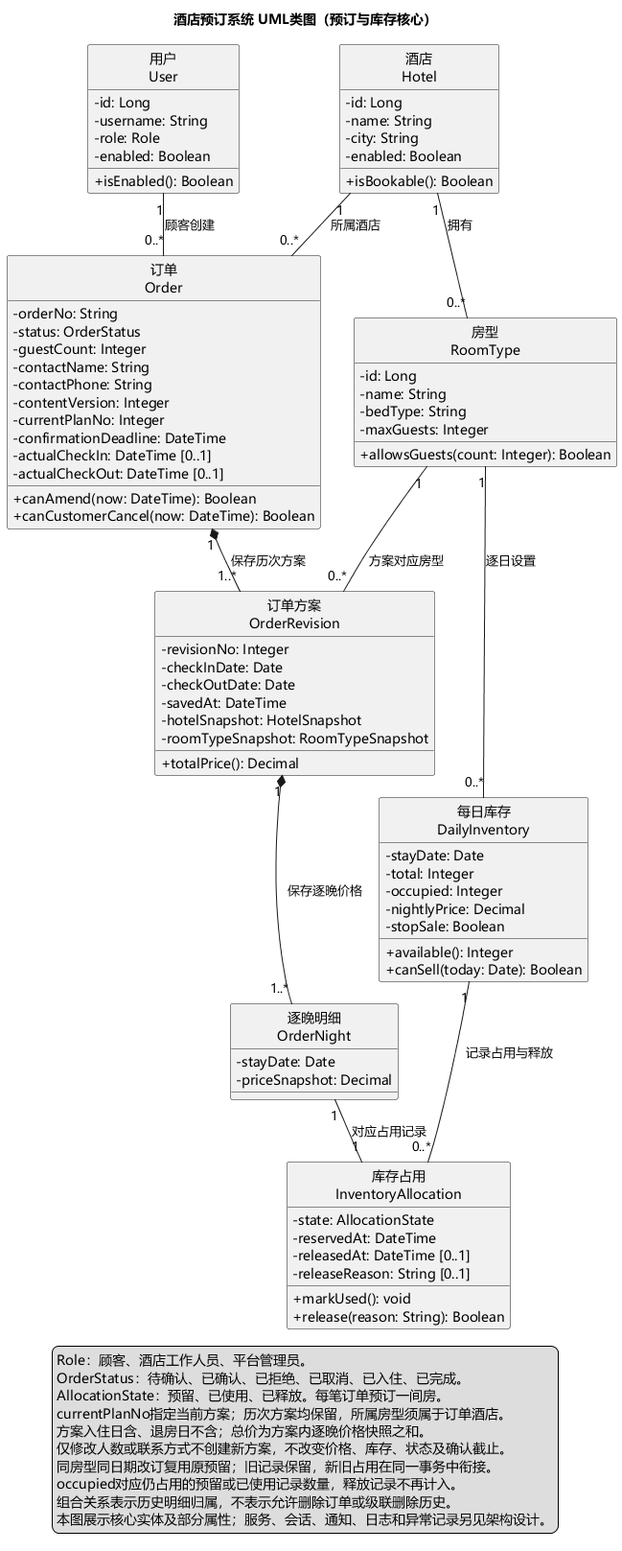
The PlantUML diagram 实验二/UML/UML类图.png in guyuezheng18-cell/-hotel-booking-labs, before a commit.
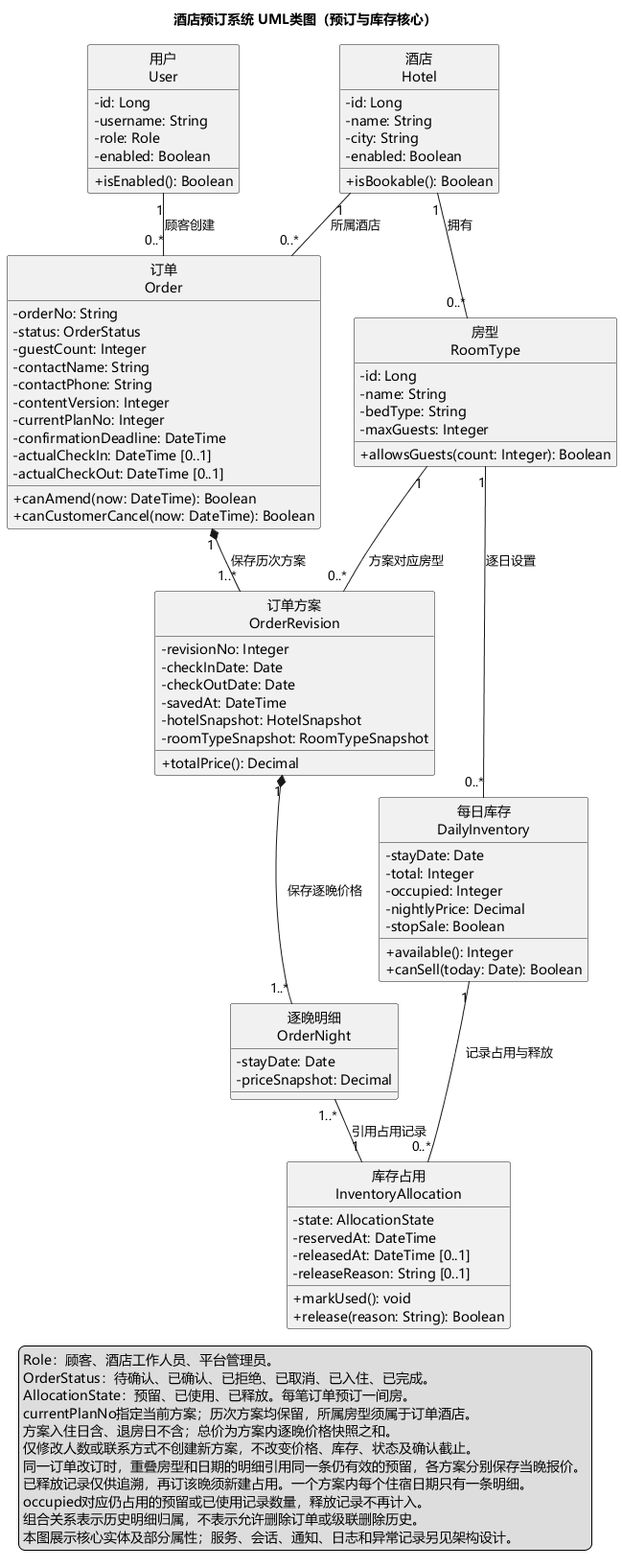
Later version of the same file.

The edit, as a diff of the source:
```diff
@@ -88,7 +88,7 @@
 Order "1" *-- "1..*" OrderRevision : 保存历次方案
 RoomType "1" -- "0..*" OrderRevision : 方案对应房型
 OrderRevision "1" *-- "1..*" OrderNight : 保存逐晚价格
-OrderNight "1" -- "1" Allocation : 对应占用记录
+OrderNight "1..*" -- "1" Allocation : 引用占用记录
 DailyInventory "1" -- "0..*" Allocation : 记录占用与释放
 
 legend bottom
@@ -98,7 +98,8 @@
   currentPlanNo指定当前方案；历次方案均保留，所属房型须属于订单酒店。
   方案入住日含、退房日不含；总价为方案内逐晚价格快照之和。
   仅修改人数或联系方式不创建新方案，不改变价格、库存、状态及确认截止。
-  同房型同日期改订复用原预留；旧记录保留，新旧占用在同一事务中衔接。
+  同一订单改订时，重叠房型和日期的明细引用同一条仍有效的预留，各方案分别保存当晚报价。
+  已释放记录仅供追溯，再订该晚须新建占用。一个方案内每个住宿日期只有一条明细。
   occupied对应仍占用的预留或已使用记录数量，释放记录不再计入。
   组合关系表示历史明细归属，不表示允许删除订单或级联删除历史。
   本图展示核心实体及部分属性；服务、会话、通知、日志和异常记录另见架构设计。
```
